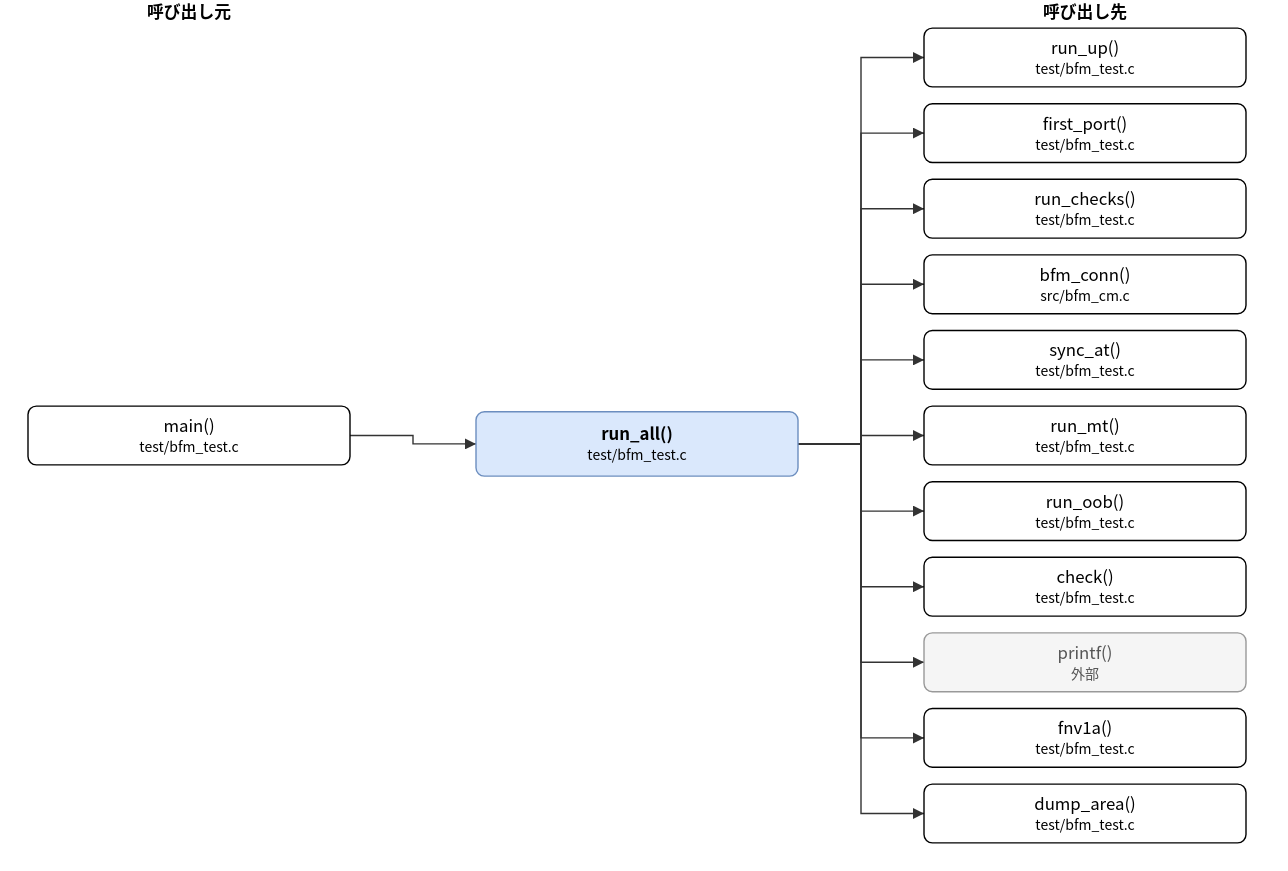
This is doc/spec/images/call_test_bfm_test-run_all.drawio.svg from hf355051012-ai/bfmem, a draw.io export, as it was before one commit. Source tidied: cells renumbered, new cells last; positions are measured from the earlier drawing's top-left corner, leaving out a move shared by most shapes. Its diagram source:
```xml
<mxGraphModel>
  <root>
    <mxCell id="0" />
    <mxCell id="1" parent="0" />
    <mxCell id="2" value="run_all()&lt;br&gt;&lt;font style=&quot;font-size:10px&quot;&gt;test/bfm_test.c&lt;/font&gt;" style="rounded=1;whiteSpace=wrap;html=1;fillColor=#dae8fc;strokeColor=#6c8ebf;fontStyle=1;" parent="1" vertex="1">
      <mxGeometry x="320" y="294" width="230" height="46" as="geometry" />
    </mxCell>
    <mxCell id="3" value="main()&lt;br&gt;&lt;font style=&quot;font-size:10px&quot;&gt;test/bfm_test.c&lt;/font&gt;" style="rounded=1;whiteSpace=wrap;html=1;" parent="1" vertex="1">
      <mxGeometry y="290" width="230" height="42" as="geometry" />
    </mxCell>
    <mxCell id="4" value="run_up()&lt;br&gt;&lt;font style=&quot;font-size:10px&quot;&gt;test/bfm_test.c&lt;/font&gt;" style="rounded=1;whiteSpace=wrap;html=1;" parent="1" vertex="1">
      <mxGeometry x="640" y="20" width="230" height="42" as="geometry" />
    </mxCell>
    <mxCell id="5" value="first_port()&lt;br&gt;&lt;font style=&quot;font-size:10px&quot;&gt;test/bfm_test.c&lt;/font&gt;" style="rounded=1;whiteSpace=wrap;html=1;" parent="1" vertex="1">
      <mxGeometry x="640" y="74" width="230" height="42" as="geometry" />
    </mxCell>
    <mxCell id="6" value="run_checks()&lt;br&gt;&lt;font style=&quot;font-size:10px&quot;&gt;test/bfm_test.c&lt;/font&gt;" style="rounded=1;whiteSpace=wrap;html=1;" parent="1" vertex="1">
      <mxGeometry x="640" y="128" width="230" height="42" as="geometry" />
    </mxCell>
    <mxCell id="7" value="bfm_conn()&lt;br&gt;&lt;font style=&quot;font-size:10px&quot;&gt;src/bfm_cm.c&lt;/font&gt;" style="rounded=1;whiteSpace=wrap;html=1;" parent="1" vertex="1">
      <mxGeometry x="640" y="182" width="230" height="42" as="geometry" />
    </mxCell>
    <mxCell id="8" value="sync_at()&lt;br&gt;&lt;font style=&quot;font-size:10px&quot;&gt;test/bfm_test.c&lt;/font&gt;" style="rounded=1;whiteSpace=wrap;html=1;" parent="1" vertex="1">
      <mxGeometry x="640" y="236" width="230" height="42" as="geometry" />
    </mxCell>
    <mxCell id="9" value="run_mt()&lt;br&gt;&lt;font style=&quot;font-size:10px&quot;&gt;test/bfm_test.c&lt;/font&gt;" style="rounded=1;whiteSpace=wrap;html=1;" parent="1" vertex="1">
      <mxGeometry x="640" y="290" width="230" height="42" as="geometry" />
    </mxCell>
    <mxCell id="10" value="run_oob()&lt;br&gt;&lt;font style=&quot;font-size:10px&quot;&gt;test/bfm_test.c&lt;/font&gt;" style="rounded=1;whiteSpace=wrap;html=1;" parent="1" vertex="1">
      <mxGeometry x="640" y="344" width="230" height="42" as="geometry" />
    </mxCell>
    <mxCell id="11" value="check()&lt;br&gt;&lt;font style=&quot;font-size:10px&quot;&gt;test/bfm_test.c&lt;/font&gt;" style="rounded=1;whiteSpace=wrap;html=1;" parent="1" vertex="1">
      <mxGeometry x="640" y="398" width="230" height="42" as="geometry" />
    </mxCell>
    <mxCell id="12" value="printf()&lt;br&gt;&lt;font style=&quot;font-size:10px&quot;&gt;外部&lt;/font&gt;" style="rounded=1;whiteSpace=wrap;html=1;fillColor=#f5f5f5;strokeColor=#999999;fontColor=#555555;" parent="1" vertex="1">
      <mxGeometry x="640" y="452" width="230" height="42" as="geometry" />
    </mxCell>
    <mxCell id="13" value="fnv1a()&lt;br&gt;&lt;font style=&quot;font-size:10px&quot;&gt;test/bfm_test.c&lt;/font&gt;" style="rounded=1;whiteSpace=wrap;html=1;" parent="1" vertex="1">
      <mxGeometry x="640" y="506" width="230" height="42" as="geometry" />
    </mxCell>
    <mxCell id="14" value="dump_area()&lt;br&gt;&lt;font style=&quot;font-size:10px&quot;&gt;test/bfm_test.c&lt;/font&gt;" style="rounded=1;whiteSpace=wrap;html=1;" parent="1" vertex="1">
      <mxGeometry x="640" y="560" width="230" height="42" as="geometry" />
    </mxCell>
    <mxCell id="15" style="edgeStyle=none;html=1;rounded=0;endArrow=block;endFill=1;exitX=1.0000;exitY=0.5000;exitDx=0;exitDy=0;exitPerimeter=0;entryX=0.0000;entryY=0.5000;entryDx=0;entryDy=0;entryPerimeter=0;" parent="1" edge="1" source="3" target="2">
      <mxGeometry relative="1" as="geometry">
        <Array as="points">
          <mxPoint x="275" y="311" />
          <mxPoint x="275" y="317" />
        </Array>
      </mxGeometry>
    </mxCell>
    <mxCell id="16" style="edgeStyle=none;html=1;rounded=0;endArrow=block;endFill=1;exitX=1.0000;exitY=0.5000;exitDx=0;exitDy=0;exitPerimeter=0;entryX=0.0000;entryY=0.5000;entryDx=0;entryDy=0;entryPerimeter=0;" parent="1" edge="1" source="2" target="4">
      <mxGeometry relative="1" as="geometry">
        <Array as="points">
          <mxPoint x="595" y="317" />
          <mxPoint x="595" y="41" />
        </Array>
      </mxGeometry>
    </mxCell>
    <mxCell id="17" style="edgeStyle=none;html=1;rounded=0;endArrow=block;endFill=1;exitX=1.0000;exitY=0.5000;exitDx=0;exitDy=0;exitPerimeter=0;entryX=0.0000;entryY=0.5000;entryDx=0;entryDy=0;entryPerimeter=0;" parent="1" edge="1" source="2" target="5">
      <mxGeometry relative="1" as="geometry">
        <Array as="points">
          <mxPoint x="595" y="317" />
          <mxPoint x="595" y="95" />
        </Array>
      </mxGeometry>
    </mxCell>
    <mxCell id="18" style="edgeStyle=none;html=1;rounded=0;endArrow=block;endFill=1;exitX=1.0000;exitY=0.5000;exitDx=0;exitDy=0;exitPerimeter=0;entryX=0.0000;entryY=0.5000;entryDx=0;entryDy=0;entryPerimeter=0;" parent="1" edge="1" source="2" target="6">
      <mxGeometry relative="1" as="geometry">
        <Array as="points">
          <mxPoint x="595" y="317" />
          <mxPoint x="595" y="149" />
        </Array>
      </mxGeometry>
    </mxCell>
    <mxCell id="19" style="edgeStyle=none;html=1;rounded=0;endArrow=block;endFill=1;exitX=1.0000;exitY=0.5000;exitDx=0;exitDy=0;exitPerimeter=0;entryX=0.0000;entryY=0.5000;entryDx=0;entryDy=0;entryPerimeter=0;" parent="1" edge="1" source="2" target="7">
      <mxGeometry relative="1" as="geometry">
        <Array as="points">
          <mxPoint x="595" y="317" />
          <mxPoint x="595" y="203" />
        </Array>
      </mxGeometry>
    </mxCell>
    <mxCell id="20" style="edgeStyle=none;html=1;rounded=0;endArrow=block;endFill=1;exitX=1.0000;exitY=0.5000;exitDx=0;exitDy=0;exitPerimeter=0;entryX=0.0000;entryY=0.5000;entryDx=0;entryDy=0;entryPerimeter=0;" parent="1" edge="1" source="2" target="8">
      <mxGeometry relative="1" as="geometry">
        <Array as="points">
          <mxPoint x="595" y="317" />
          <mxPoint x="595" y="257" />
        </Array>
      </mxGeometry>
    </mxCell>
    <mxCell id="21" style="edgeStyle=none;html=1;rounded=0;endArrow=block;endFill=1;exitX=1.0000;exitY=0.5000;exitDx=0;exitDy=0;exitPerimeter=0;entryX=0.0000;entryY=0.5000;entryDx=0;entryDy=0;entryPerimeter=0;" parent="1" edge="1" source="2" target="9">
      <mxGeometry relative="1" as="geometry">
        <Array as="points">
          <mxPoint x="595" y="317" />
          <mxPoint x="595" y="311" />
        </Array>
      </mxGeometry>
    </mxCell>
    <mxCell id="22" style="edgeStyle=none;html=1;rounded=0;endArrow=block;endFill=1;exitX=1.0000;exitY=0.5000;exitDx=0;exitDy=0;exitPerimeter=0;entryX=0.0000;entryY=0.5000;entryDx=0;entryDy=0;entryPerimeter=0;" parent="1" edge="1" source="2" target="10">
      <mxGeometry relative="1" as="geometry">
        <Array as="points">
          <mxPoint x="595" y="317" />
          <mxPoint x="595" y="365" />
        </Array>
      </mxGeometry>
    </mxCell>
    <mxCell id="23" style="edgeStyle=none;html=1;rounded=0;endArrow=block;endFill=1;exitX=1.0000;exitY=0.5000;exitDx=0;exitDy=0;exitPerimeter=0;entryX=0.0000;entryY=0.5000;entryDx=0;entryDy=0;entryPerimeter=0;" parent="1" edge="1" source="2" target="11">
      <mxGeometry relative="1" as="geometry">
        <Array as="points">
          <mxPoint x="595" y="317" />
          <mxPoint x="595" y="419" />
        </Array>
      </mxGeometry>
    </mxCell>
    <mxCell id="24" style="edgeStyle=none;html=1;rounded=0;endArrow=block;endFill=1;exitX=1.0000;exitY=0.5000;exitDx=0;exitDy=0;exitPerimeter=0;entryX=0.0000;entryY=0.5000;entryDx=0;entryDy=0;entryPerimeter=0;" parent="1" edge="1" source="2" target="12">
      <mxGeometry relative="1" as="geometry">
        <Array as="points">
          <mxPoint x="595" y="317" />
          <mxPoint x="595" y="473" />
        </Array>
      </mxGeometry>
    </mxCell>
    <mxCell id="25" style="edgeStyle=none;html=1;rounded=0;endArrow=block;endFill=1;exitX=1.0000;exitY=0.5000;exitDx=0;exitDy=0;exitPerimeter=0;entryX=0.0000;entryY=0.5000;entryDx=0;entryDy=0;entryPerimeter=0;" parent="1" edge="1" source="2" target="13">
      <mxGeometry relative="1" as="geometry">
        <Array as="points">
          <mxPoint x="595" y="317" />
          <mxPoint x="595" y="527" />
        </Array>
      </mxGeometry>
    </mxCell>
    <mxCell id="26" style="edgeStyle=none;html=1;rounded=0;endArrow=block;endFill=1;exitX=1.0000;exitY=0.5000;exitDx=0;exitDy=0;exitPerimeter=0;entryX=0.0000;entryY=0.5000;entryDx=0;entryDy=0;entryPerimeter=0;" parent="1" edge="1" source="2" target="14">
      <mxGeometry relative="1" as="geometry">
        <Array as="points">
          <mxPoint x="595" y="317" />
          <mxPoint x="595" y="581" />
        </Array>
      </mxGeometry>
    </mxCell>
    <mxCell id="27" value="呼び出し元" style="text;html=1;align=center;fontStyle=1;" parent="1" vertex="1">
      <mxGeometry x="35" width="160" height="18" as="geometry" />
    </mxCell>
    <mxCell id="28" value="呼び出し先" style="text;html=1;align=center;fontStyle=1;" parent="1" vertex="1">
      <mxGeometry x="675" width="160" height="18" as="geometry" />
    </mxCell>
  </root>
</mxGraphModel>
```
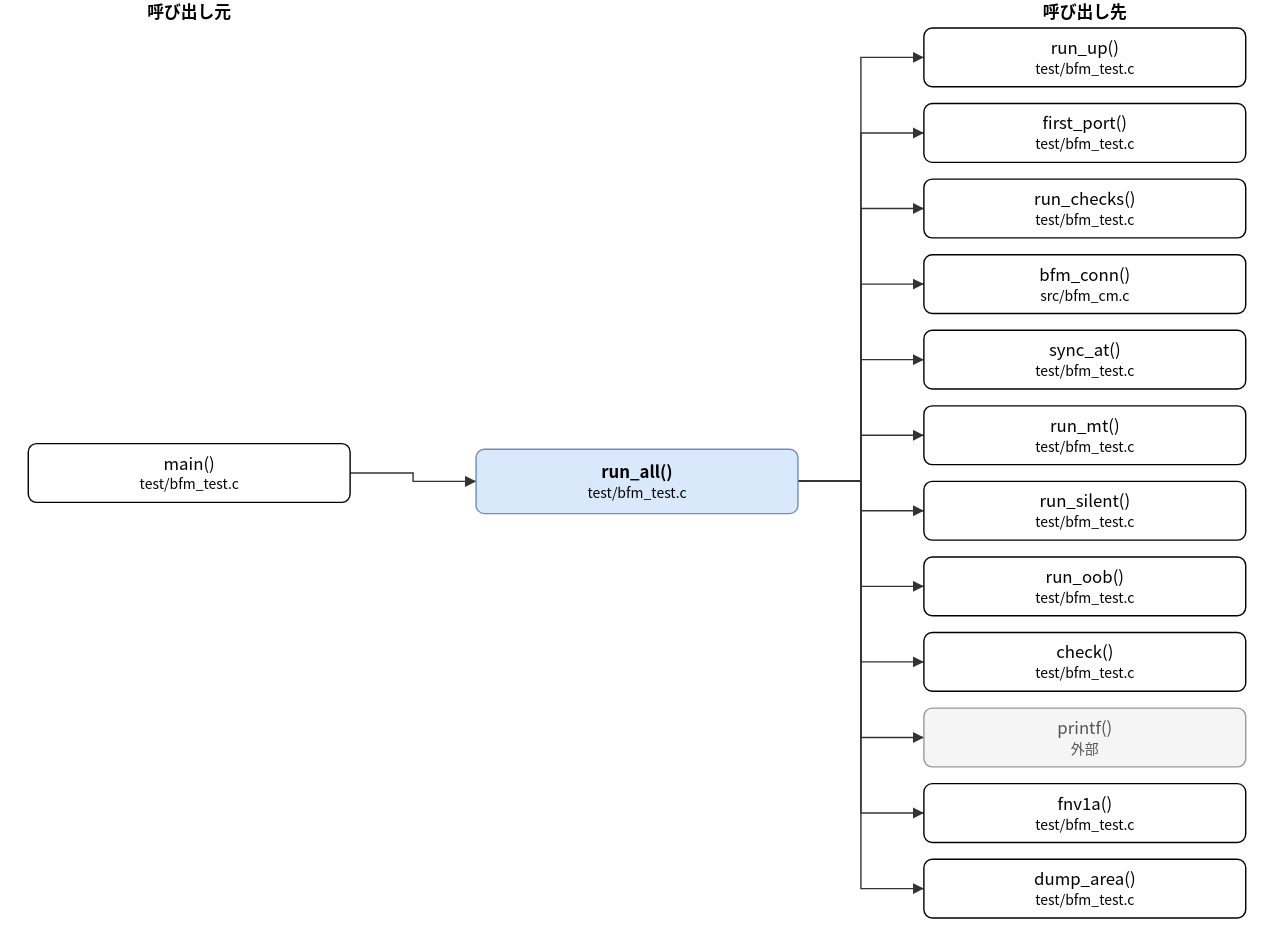
The same file after the commit.

Diff of the diagram source:
```diff
@@ -3,10 +3,10 @@
     <mxCell id="0" />
     <mxCell id="1" parent="0" />
     <mxCell id="2" value="run_all()&lt;br&gt;&lt;font style=&quot;font-size:10px&quot;&gt;test/bfm_test.c&lt;/font&gt;" style="rounded=1;whiteSpace=wrap;html=1;fillColor=#dae8fc;strokeColor=#6c8ebf;fontStyle=1;" parent="1" vertex="1">
-      <mxGeometry x="320" y="294" width="230" height="46" as="geometry" />
+      <mxGeometry x="320" y="321" width="230" height="46" as="geometry" />
     </mxCell>
     <mxCell id="3" value="main()&lt;br&gt;&lt;font style=&quot;font-size:10px&quot;&gt;test/bfm_test.c&lt;/font&gt;" style="rounded=1;whiteSpace=wrap;html=1;" parent="1" vertex="1">
-      <mxGeometry y="290" width="230" height="42" as="geometry" />
+      <mxGeometry y="317" width="230" height="42" as="geometry" />
     </mxCell>
     <mxCell id="4" value="run_up()&lt;br&gt;&lt;font style=&quot;font-size:10px&quot;&gt;test/bfm_test.c&lt;/font&gt;" style="rounded=1;whiteSpace=wrap;html=1;" parent="1" vertex="1">
       <mxGeometry x="640" y="20" width="230" height="42" as="geometry" />
@@ -26,33 +26,36 @@
     <mxCell id="9" value="run_mt()&lt;br&gt;&lt;font style=&quot;font-size:10px&quot;&gt;test/bfm_test.c&lt;/font&gt;" style="rounded=1;whiteSpace=wrap;html=1;" parent="1" vertex="1">
       <mxGeometry x="640" y="290" width="230" height="42" as="geometry" />
     </mxCell>
-    <mxCell id="10" value="run_oob()&lt;br&gt;&lt;font style=&quot;font-size:10px&quot;&gt;test/bfm_test.c&lt;/font&gt;" style="rounded=1;whiteSpace=wrap;html=1;" parent="1" vertex="1">
+    <mxCell id="10" value="run_silent()&lt;br&gt;&lt;font style=&quot;font-size:10px&quot;&gt;test/bfm_test.c&lt;/font&gt;" style="rounded=1;whiteSpace=wrap;html=1;" parent="1" vertex="1">
       <mxGeometry x="640" y="344" width="230" height="42" as="geometry" />
     </mxCell>
-    <mxCell id="11" value="check()&lt;br&gt;&lt;font style=&quot;font-size:10px&quot;&gt;test/bfm_test.c&lt;/font&gt;" style="rounded=1;whiteSpace=wrap;html=1;" parent="1" vertex="1">
+    <mxCell id="11" value="run_oob()&lt;br&gt;&lt;font style=&quot;font-size:10px&quot;&gt;test/bfm_test.c&lt;/font&gt;" style="rounded=1;whiteSpace=wrap;html=1;" parent="1" vertex="1">
       <mxGeometry x="640" y="398" width="230" height="42" as="geometry" />
     </mxCell>
-    <mxCell id="12" value="printf()&lt;br&gt;&lt;font style=&quot;font-size:10px&quot;&gt;外部&lt;/font&gt;" style="rounded=1;whiteSpace=wrap;html=1;fillColor=#f5f5f5;strokeColor=#999999;fontColor=#555555;" parent="1" vertex="1">
+    <mxCell id="12" value="check()&lt;br&gt;&lt;font style=&quot;font-size:10px&quot;&gt;test/bfm_test.c&lt;/font&gt;" style="rounded=1;whiteSpace=wrap;html=1;" parent="1" vertex="1">
       <mxGeometry x="640" y="452" width="230" height="42" as="geometry" />
     </mxCell>
-    <mxCell id="13" value="fnv1a()&lt;br&gt;&lt;font style=&quot;font-size:10px&quot;&gt;test/bfm_test.c&lt;/font&gt;" style="rounded=1;whiteSpace=wrap;html=1;" parent="1" vertex="1">
+    <mxCell id="13" value="printf()&lt;br&gt;&lt;font style=&quot;font-size:10px&quot;&gt;外部&lt;/font&gt;" style="rounded=1;whiteSpace=wrap;html=1;fillColor=#f5f5f5;strokeColor=#999999;fontColor=#555555;" parent="1" vertex="1">
       <mxGeometry x="640" y="506" width="230" height="42" as="geometry" />
     </mxCell>
-    <mxCell id="14" value="dump_area()&lt;br&gt;&lt;font style=&quot;font-size:10px&quot;&gt;test/bfm_test.c&lt;/font&gt;" style="rounded=1;whiteSpace=wrap;html=1;" parent="1" vertex="1">
+    <mxCell id="14" value="fnv1a()&lt;br&gt;&lt;font style=&quot;font-size:10px&quot;&gt;test/bfm_test.c&lt;/font&gt;" style="rounded=1;whiteSpace=wrap;html=1;" parent="1" vertex="1">
       <mxGeometry x="640" y="560" width="230" height="42" as="geometry" />
     </mxCell>
+    <mxCell id="29" value="dump_area()&lt;br&gt;&lt;font style=&quot;font-size:10px&quot;&gt;test/bfm_test.c&lt;/font&gt;" style="rounded=1;whiteSpace=wrap;html=1;" parent="1" vertex="1">
+      <mxGeometry x="640" y="614" width="230" height="42" as="geometry" />
+    </mxCell>
     <mxCell id="15" style="edgeStyle=none;html=1;rounded=0;endArrow=block;endFill=1;exitX=1.0000;exitY=0.5000;exitDx=0;exitDy=0;exitPerimeter=0;entryX=0.0000;entryY=0.5000;entryDx=0;entryDy=0;entryPerimeter=0;" parent="1" edge="1" source="3" target="2">
       <mxGeometry relative="1" as="geometry">
         <Array as="points">
-          <mxPoint x="275" y="311" />
-          <mxPoint x="275" y="317" />
+          <mxPoint x="275" y="338" />
+          <mxPoint x="275" y="344" />
         </Array>
       </mxGeometry>
     </mxCell>
     <mxCell id="16" style="edgeStyle=none;html=1;rounded=0;endArrow=block;endFill=1;exitX=1.0000;exitY=0.5000;exitDx=0;exitDy=0;exitPerimeter=0;entryX=0.0000;entryY=0.5000;entryDx=0;entryDy=0;entryPerimeter=0;" parent="1" edge="1" source="2" target="4">
       <mxGeometry relative="1" as="geometry">
         <Array as="points">
-          <mxPoint x="595" y="317" />
+          <mxPoint x="595" y="344" />
           <mxPoint x="595" y="41" />
         </Array>
       </mxGeometry>
@@ -60,7 +63,7 @@
     <mxCell id="17" style="edgeStyle=none;html=1;rounded=0;endArrow=block;endFill=1;exitX=1.0000;exitY=0.5000;exitDx=0;exitDy=0;exitPerimeter=0;entryX=0.0000;entryY=0.5000;entryDx=0;entryDy=0;entryPerimeter=0;" parent="1" edge="1" source="2" target="5">
       <mxGeometry relative="1" as="geometry">
         <Array as="points">
-          <mxPoint x="595" y="317" />
+          <mxPoint x="595" y="344" />
           <mxPoint x="595" y="95" />
         </Array>
       </mxGeometry>
@@ -68,7 +71,7 @@
     <mxCell id="18" style="edgeStyle=none;html=1;rounded=0;endArrow=block;endFill=1;exitX=1.0000;exitY=0.5000;exitDx=0;exitDy=0;exitPerimeter=0;entryX=0.0000;entryY=0.5000;entryDx=0;entryDy=0;entryPerimeter=0;" parent="1" edge="1" source="2" target="6">
       <mxGeometry relative="1" as="geometry">
         <Array as="points">
-          <mxPoint x="595" y="317" />
+          <mxPoint x="595" y="344" />
           <mxPoint x="595" y="149" />
         </Array>
       </mxGeometry>
@@ -76,7 +79,7 @@
     <mxCell id="19" style="edgeStyle=none;html=1;rounded=0;endArrow=block;endFill=1;exitX=1.0000;exitY=0.5000;exitDx=0;exitDy=0;exitPerimeter=0;entryX=0.0000;entryY=0.5000;entryDx=0;entryDy=0;entryPerimeter=0;" parent="1" edge="1" source="2" target="7">
       <mxGeometry relative="1" as="geometry">
         <Array as="points">
-          <mxPoint x="595" y="317" />
+          <mxPoint x="595" y="344" />
           <mxPoint x="595" y="203" />
         </Array>
       </mxGeometry>
@@ -84,7 +87,7 @@
     <mxCell id="20" style="edgeStyle=none;html=1;rounded=0;endArrow=block;endFill=1;exitX=1.0000;exitY=0.5000;exitDx=0;exitDy=0;exitPerimeter=0;entryX=0.0000;entryY=0.5000;entryDx=0;entryDy=0;entryPerimeter=0;" parent="1" edge="1" source="2" target="8">
       <mxGeometry relative="1" as="geometry">
         <Array as="points">
-          <mxPoint x="595" y="317" />
+          <mxPoint x="595" y="344" />
           <mxPoint x="595" y="257" />
         </Array>
       </mxGeometry>
@@ -92,7 +95,7 @@
     <mxCell id="21" style="edgeStyle=none;html=1;rounded=0;endArrow=block;endFill=1;exitX=1.0000;exitY=0.5000;exitDx=0;exitDy=0;exitPerimeter=0;entryX=0.0000;entryY=0.5000;entryDx=0;entryDy=0;entryPerimeter=0;" parent="1" edge="1" source="2" target="9">
       <mxGeometry relative="1" as="geometry">
         <Array as="points">
-          <mxPoint x="595" y="317" />
+          <mxPoint x="595" y="344" />
           <mxPoint x="595" y="311" />
         </Array>
       </mxGeometry>
@@ -100,7 +103,7 @@
     <mxCell id="22" style="edgeStyle=none;html=1;rounded=0;endArrow=block;endFill=1;exitX=1.0000;exitY=0.5000;exitDx=0;exitDy=0;exitPerimeter=0;entryX=0.0000;entryY=0.5000;entryDx=0;entryDy=0;entryPerimeter=0;" parent="1" edge="1" source="2" target="10">
       <mxGeometry relative="1" as="geometry">
         <Array as="points">
-          <mxPoint x="595" y="317" />
+          <mxPoint x="595" y="344" />
           <mxPoint x="595" y="365" />
         </Array>
       </mxGeometry>
@@ -108,7 +111,7 @@
     <mxCell id="23" style="edgeStyle=none;html=1;rounded=0;endArrow=block;endFill=1;exitX=1.0000;exitY=0.5000;exitDx=0;exitDy=0;exitPerimeter=0;entryX=0.0000;entryY=0.5000;entryDx=0;entryDy=0;entryPerimeter=0;" parent="1" edge="1" source="2" target="11">
       <mxGeometry relative="1" as="geometry">
         <Array as="points">
-          <mxPoint x="595" y="317" />
+          <mxPoint x="595" y="344" />
           <mxPoint x="595" y="419" />
         </Array>
       </mxGeometry>
@@ -116,7 +119,7 @@
     <mxCell id="24" style="edgeStyle=none;html=1;rounded=0;endArrow=block;endFill=1;exitX=1.0000;exitY=0.5000;exitDx=0;exitDy=0;exitPerimeter=0;entryX=0.0000;entryY=0.5000;entryDx=0;entryDy=0;entryPerimeter=0;" parent="1" edge="1" source="2" target="12">
       <mxGeometry relative="1" as="geometry">
         <Array as="points">
-          <mxPoint x="595" y="317" />
+          <mxPoint x="595" y="344" />
           <mxPoint x="595" y="473" />
         </Array>
       </mxGeometry>
@@ -124,7 +127,7 @@
     <mxCell id="25" style="edgeStyle=none;html=1;rounded=0;endArrow=block;endFill=1;exitX=1.0000;exitY=0.5000;exitDx=0;exitDy=0;exitPerimeter=0;entryX=0.0000;entryY=0.5000;entryDx=0;entryDy=0;entryPerimeter=0;" parent="1" edge="1" source="2" target="13">
       <mxGeometry relative="1" as="geometry">
         <Array as="points">
-          <mxPoint x="595" y="317" />
+          <mxPoint x="595" y="344" />
           <mxPoint x="595" y="527" />
         </Array>
       </mxGeometry>
@@ -132,11 +135,19 @@
     <mxCell id="26" style="edgeStyle=none;html=1;rounded=0;endArrow=block;endFill=1;exitX=1.0000;exitY=0.5000;exitDx=0;exitDy=0;exitPerimeter=0;entryX=0.0000;entryY=0.5000;entryDx=0;entryDy=0;entryPerimeter=0;" parent="1" edge="1" source="2" target="14">
       <mxGeometry relative="1" as="geometry">
         <Array as="points">
-          <mxPoint x="595" y="317" />
+          <mxPoint x="595" y="344" />
           <mxPoint x="595" y="581" />
         </Array>
       </mxGeometry>
     </mxCell>
+    <mxCell id="30" style="edgeStyle=none;html=1;rounded=0;endArrow=block;endFill=1;exitX=1.0000;exitY=0.5000;exitDx=0;exitDy=0;exitPerimeter=0;entryX=0.0000;entryY=0.5000;entryDx=0;entryDy=0;entryPerimeter=0;" parent="1" edge="1" source="2" target="29">
+      <mxGeometry relative="1" as="geometry">
+        <Array as="points">
+          <mxPoint x="595" y="344" />
+          <mxPoint x="595" y="635" />
+        </Array>
+      </mxGeometry>
+    </mxCell>
     <mxCell id="27" value="呼び出し元" style="text;html=1;align=center;fontStyle=1;" parent="1" vertex="1">
       <mxGeometry x="35" width="160" height="18" as="geometry" />
     </mxCell>
```
